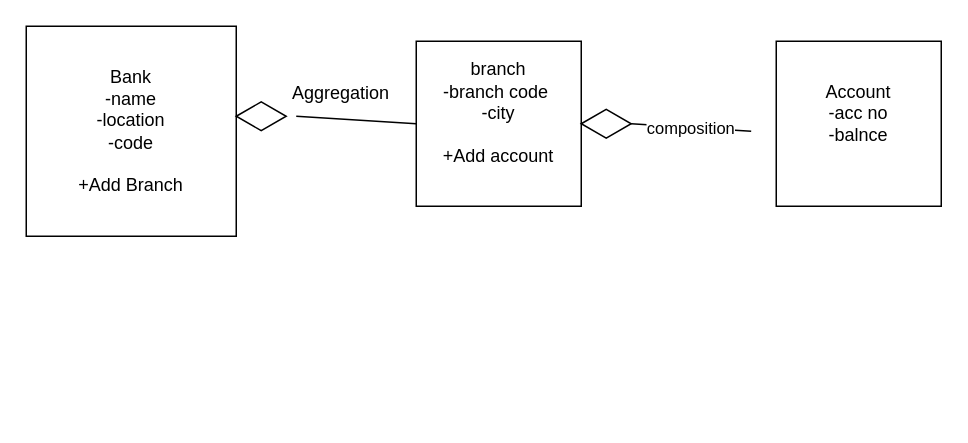
Before: 7Apr.drawio in utkarshcse2026/SWE-Lab-Sem6-, a draw.io diagram. Source tidied: cells renumbered, new cells numbered last; positions are measured from the earlier drawing's top-left corner, leaving out a move shared by most shapes. Both pictures are drawn from the tidied source at 150%, with x=0, y=0 at pixel (26, 26).
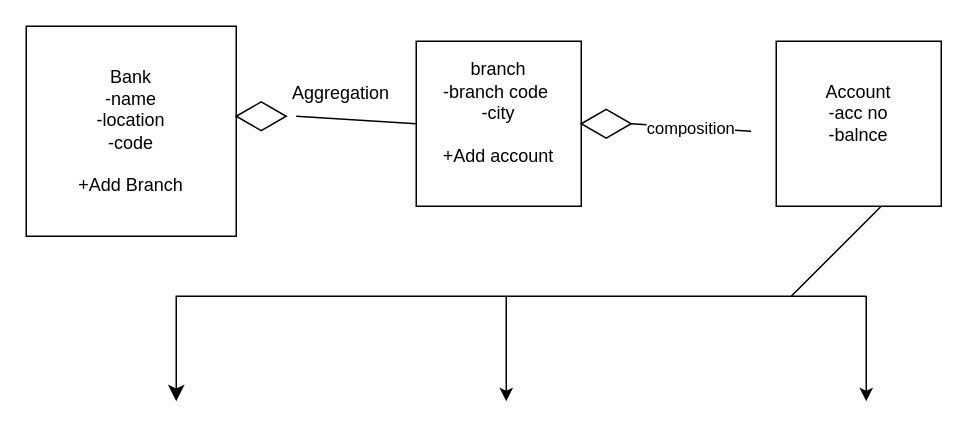
The same page after the edit.

Commit message:
added features of bANKS

What changed in the source:
```diff
@@
 <mxGraphModel>
   <root>
     <mxCell id="0" />
     <mxCell id="1" parent="0" />
     <mxCell id="2" value="Bank&lt;br&gt;-name&lt;br&gt;-location&lt;br&gt;-code&lt;br&gt;&lt;br&gt;+Add Branch" style="whiteSpace=wrap;html=1;" parent="1" vertex="1">
       <mxGeometry width="140" height="140" as="geometry" />
     </mxCell>
     <mxCell id="3" value="branch&lt;br&gt;-branch code&amp;nbsp;&lt;br&gt;-city&lt;br&gt;&lt;br&gt;+Add account&lt;div&gt;&lt;br/&gt;&lt;/div&gt;" style="whiteSpace=wrap;html=1;" parent="1" vertex="1">
       <mxGeometry x="260" y="10" width="110" height="110" as="geometry" />
     </mxCell>
     <mxCell id="4" style="html=1;whiteSpace=wrap;shape=isoRectangle;" parent="1" vertex="1">
       <mxGeometry x="140" y="50" width="33.3" height="20" as="geometry" />
     </mxCell>
     <mxCell id="5" style="endArrow=none;html=1;rounded=0;exitX=0;exitY=0.5;exitDx=0;exitDy=0;" parent="1" edge="1" source="3">
       <mxGeometry relative="1" as="geometry">
         <mxPoint x="180" y="60" as="targetPoint" />
       </mxGeometry>
     </mxCell>
     <mxCell id="6" value="Aggregation" style="text;strokeColor=none;align=center;fillColor=none;html=1;verticalAlign=middle;whiteSpace=wrap;rounded=0;" parent="1" vertex="1">
       <mxGeometry x="180" y="30" width="60" height="30" as="geometry" />
     </mxCell>
     <mxCell id="7" style="html=1;whiteSpace=wrap;shape=isoRectangle;" parent="1" vertex="1">
       <mxGeometry x="370" y="55" width="33.3" height="20" as="geometry" />
     </mxCell>
     <mxCell id="8" value="composition" style="endArrow=none;html=1;rounded=0;exitX=0;exitY=0.5;exitDx=0;exitDy=0;" parent="1" edge="1">
       <mxGeometry relative="1" as="geometry">
         <mxPoint x="483.3" y="70" as="sourcePoint" />
         <mxPoint x="403.3" y="65" as="targetPoint" />
       </mxGeometry>
     </mxCell>
     <mxCell id="9" value="Account&lt;br&gt;-acc no&lt;br&gt;-balnce&lt;br&gt;&lt;div&gt;&lt;br/&gt;&lt;/div&gt;" style="whiteSpace=wrap;html=1;" parent="1" vertex="1">
       <mxGeometry x="500" y="10" width="110" height="110" as="geometry" />
     </mxCell>
+    <mxCell id="10" style="edgeStyle=segmentEdgeStyle;endArrow=classic;html=1;curved=0;rounded=0;endSize=8;startSize=8;" parent="1" edge="1">
+      <mxGeometry relative="1" as="geometry">
+        <mxPoint x="560" y="180" as="sourcePoint" />
+        <mxPoint x="100" y="250" as="targetPoint" />
+      </mxGeometry>
+    </mxCell>
+    <mxCell id="11" style="endArrow=classic;html=1;rounded=0;" parent="1" edge="1">
+      <mxGeometry relative="1" as="geometry">
+        <mxPoint x="320" y="180" as="sourcePoint" />
+        <mxPoint x="320" y="250" as="targetPoint" />
+      </mxGeometry>
+    </mxCell>
+    <mxCell id="12" style="endArrow=classic;html=1;rounded=0;" parent="1" edge="1">
+      <mxGeometry relative="1" as="geometry">
+        <mxPoint x="560" y="180" as="sourcePoint" />
+        <mxPoint x="560" y="250" as="targetPoint" />
+      </mxGeometry>
+    </mxCell>
+    <mxCell id="13" style="endArrow=none;html=1;rounded=0;" parent="1" edge="1">
+      <mxGeometry relative="1" as="geometry">
+        <mxPoint x="510" y="180" as="sourcePoint" />
+        <mxPoint x="570" y="120" as="targetPoint" />
+      </mxGeometry>
+    </mxCell>
   </root>
 </mxGraphModel>
```
